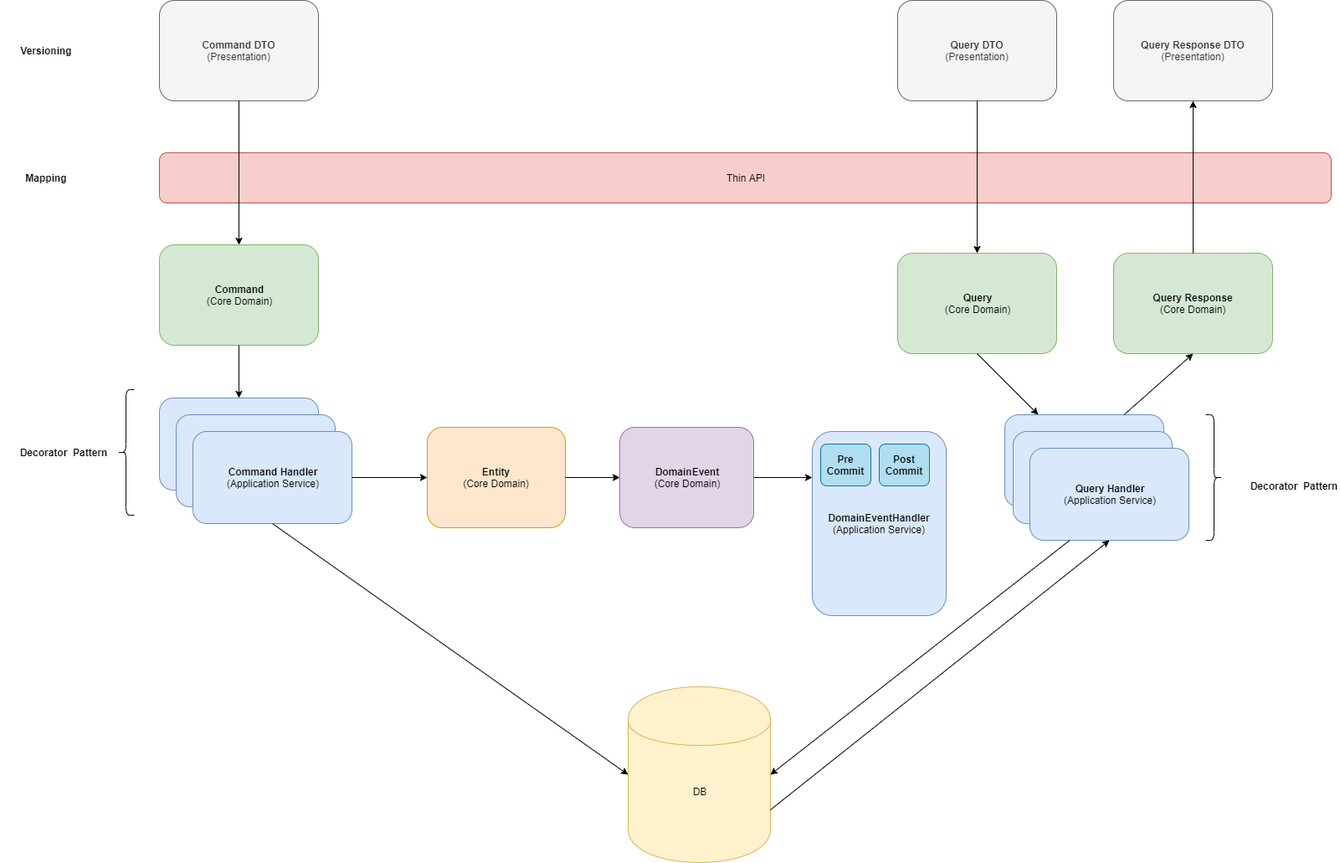
Above: diagram.png in davidikin45/Cqrs (draw.io), before the change. Source tidied: cells renumbered, new cells last; positions are measured from the earlier drawing's top-left corner, leaving out a move shared by most shapes. Its diagram source:
```xml
<mxGraphModel>
  <root>
    <mxCell id="0" />
    <mxCell id="1" parent="0" />
    <mxCell id="2" value="&lt;b&gt;Command&lt;/b&gt;&lt;br&gt;(Core Domain)" style="rounded=1;whiteSpace=wrap;html=1;fillColor=#d5e8d4;strokeColor=#82b366;" parent="1" vertex="1">
      <mxGeometry x="190" y="292" width="190" height="120" as="geometry" />
    </mxCell>
    <mxCell id="3" value="DB" style="shape=cylinder;whiteSpace=wrap;html=1;boundedLbl=1;backgroundOutline=1;rounded=1;fillColor=#fff2cc;strokeColor=#d6b656;shadow=0;" parent="1" vertex="1">
      <mxGeometry x="750" y="820" width="170" height="210" as="geometry" />
    </mxCell>
    <mxCell id="4" value="CommandHandler" style="rounded=1;whiteSpace=wrap;html=1;fillColor=#dae8fc;strokeColor=#6c8ebf;" parent="1" vertex="1">
      <mxGeometry x="190" y="475" width="190" height="110" as="geometry" />
    </mxCell>
    <mxCell id="5" value="&lt;b&gt;Query&lt;/b&gt;&lt;br&gt;(Core Domain)" style="rounded=1;whiteSpace=wrap;html=1;fillColor=#d5e8d4;strokeColor=#82b366;" parent="1" vertex="1">
      <mxGeometry x="1072" y="302" width="190" height="120" as="geometry" />
    </mxCell>
    <mxCell id="6" value="QueryHandler" style="rounded=1;whiteSpace=wrap;html=1;fillColor=#dae8fc;strokeColor=#6c8ebf;" parent="1" vertex="1">
      <mxGeometry x="1200" y="495" width="190" height="110" as="geometry" />
    </mxCell>
    <mxCell id="7" value="Thin API" style="rounded=1;whiteSpace=wrap;html=1;fillColor=#f8cecc;strokeColor=#b85450;" parent="1" vertex="1">
      <mxGeometry x="190" y="182" width="1400" height="60" as="geometry" />
    </mxCell>
    <mxCell id="8" value="CommandHandler" style="rounded=1;whiteSpace=wrap;html=1;fillColor=#dae8fc;strokeColor=#6c8ebf;" parent="1" vertex="1">
      <mxGeometry x="210" y="495" width="190" height="110" as="geometry" />
    </mxCell>
    <mxCell id="9" value="&lt;b&gt;Command Handler&lt;/b&gt;&lt;br&gt;(Application Service)" style="rounded=1;whiteSpace=wrap;html=1;fillColor=#dae8fc;strokeColor=#6c8ebf;" parent="1" vertex="1">
      <mxGeometry x="230" y="515" width="190" height="110" as="geometry" />
    </mxCell>
    <mxCell id="10" value="QueryHandler" style="rounded=1;whiteSpace=wrap;html=1;fillColor=#dae8fc;strokeColor=#6c8ebf;" parent="1" vertex="1">
      <mxGeometry x="1210" y="515" width="190" height="110" as="geometry" />
    </mxCell>
    <mxCell id="11" value="&lt;b&gt;Query Handler&lt;/b&gt;&lt;br&gt;(Application Service)" style="rounded=1;whiteSpace=wrap;html=1;fillColor=#dae8fc;strokeColor=#6c8ebf;" parent="1" vertex="1">
      <mxGeometry x="1230" y="535" width="190" height="110" as="geometry" />
    </mxCell>
    <mxCell id="12" value="&lt;b&gt;DomainEvent&lt;/b&gt;&lt;br&gt;(Core Domain)" style="rounded=1;whiteSpace=wrap;html=1;fillColor=#e1d5e7;strokeColor=#9673a6;" parent="1" vertex="1">
      <mxGeometry x="740" y="510" width="160" height="120" as="geometry" />
    </mxCell>
    <mxCell id="13" value="&lt;b&gt;DomainEventHandler&lt;/b&gt;&lt;br&gt;(Application Service)" style="rounded=1;whiteSpace=wrap;html=1;fillColor=#dae8fc;strokeColor=#6c8ebf;labelPosition=center;verticalLabelPosition=middle;align=center;verticalAlign=middle;" parent="1" vertex="1">
      <mxGeometry x="970" y="515" width="160" height="220" as="geometry" />
    </mxCell>
    <mxCell id="14" style="endArrow=classic;html=1;exitX=0.5;exitY=1;exitDx=0;exitDy=0;entryX=0.5;entryY=0;entryDx=0;entryDy=0;" parent="1" edge="1" source="2" target="4">
      <mxGeometry relative="1" as="geometry" />
    </mxCell>
    <mxCell id="15" style="endArrow=classic;html=1;exitX=0.5;exitY=1;exitDx=0;exitDy=0;" parent="1" edge="1" source="5" target="6">
      <mxGeometry relative="1" as="geometry" />
    </mxCell>
    <mxCell id="16" style="endArrow=classic;html=1;exitX=0.5;exitY=1;exitDx=0;exitDy=0;entryX=0;entryY=0.5;entryDx=0;entryDy=0;" parent="1" edge="1" source="9" target="3">
      <mxGeometry relative="1" as="geometry" />
    </mxCell>
    <mxCell id="17" style="endArrow=classic;html=1;exitX=0.25;exitY=1;exitDx=0;exitDy=0;entryX=1;entryY=0.5;entryDx=0;entryDy=0;" parent="1" edge="1" source="11" target="3">
      <mxGeometry relative="1" as="geometry" />
    </mxCell>
    <mxCell id="18" style="endArrow=classic;html=1;exitX=1;exitY=0.7;exitDx=0;exitDy=0;entryX=0.5;entryY=1;entryDx=0;entryDy=0;" parent="1" edge="1" source="3" target="11">
      <mxGeometry relative="1" as="geometry" />
    </mxCell>
    <mxCell id="19" value="&lt;b&gt;Entity&lt;/b&gt;&lt;br&gt;(Core Domain)" style="rounded=1;whiteSpace=wrap;html=1;fillColor=#ffe6cc;strokeColor=#d79b00;" parent="1" vertex="1">
      <mxGeometry x="510" y="510" width="165" height="120" as="geometry" />
    </mxCell>
    <mxCell id="20" value="&lt;b&gt;Command DTO&lt;/b&gt;&lt;br&gt;(Presentation)" style="rounded=1;whiteSpace=wrap;html=1;fillColor=#f5f5f5;strokeColor=#666666;fontColor=#333333;" parent="1" vertex="1">
      <mxGeometry x="190" width="190" height="120" as="geometry" />
    </mxCell>
    <mxCell id="21" value="&lt;b&gt;Query DTO&lt;/b&gt;&lt;br&gt;(Presentation)" style="rounded=1;whiteSpace=wrap;html=1;fillColor=#f5f5f5;strokeColor=#666666;fontColor=#333333;" parent="1" vertex="1">
      <mxGeometry x="1072" width="190" height="120" as="geometry" />
    </mxCell>
    <mxCell id="22" value="&lt;b&gt;Query Response&lt;/b&gt;&lt;br&gt;(Core Domain)" style="rounded=1;whiteSpace=wrap;html=1;fillColor=#d5e8d4;strokeColor=#82b366;" parent="1" vertex="1">
      <mxGeometry x="1330" y="302" width="190" height="120" as="geometry" />
    </mxCell>
    <mxCell id="23" value="&lt;b&gt;Query Response DTO&lt;/b&gt;&lt;br&gt;(Presentation)" style="rounded=1;whiteSpace=wrap;html=1;fillColor=#f5f5f5;strokeColor=#666666;fontColor=#333333;" parent="1" vertex="1">
      <mxGeometry x="1330" width="190" height="120" as="geometry" />
    </mxCell>
    <mxCell id="24" style="endArrow=classic;html=1;exitX=0.75;exitY=0;exitDx=0;exitDy=0;entryX=0.5;entryY=1;entryDx=0;entryDy=0;" parent="1" edge="1" source="6" target="22">
      <mxGeometry relative="1" as="geometry" />
    </mxCell>
    <mxCell id="25" style="endArrow=classic;html=1;exitX=0.5;exitY=0;exitDx=0;exitDy=0;entryX=0.5;entryY=1;entryDx=0;entryDy=0;" parent="1" edge="1" source="22" target="23">
      <mxGeometry relative="1" as="geometry" />
    </mxCell>
    <mxCell id="26" style="endArrow=classic;html=1;exitX=0.5;exitY=1;exitDx=0;exitDy=0;" parent="1" edge="1" source="20" target="2">
      <mxGeometry relative="1" as="geometry" />
    </mxCell>
    <mxCell id="27" style="endArrow=classic;html=1;exitX=1;exitY=0.5;exitDx=0;exitDy=0;" parent="1" edge="1" source="9" target="19">
      <mxGeometry relative="1" as="geometry" />
    </mxCell>
    <mxCell id="28" style="endArrow=classic;html=1;exitX=1;exitY=0.5;exitDx=0;exitDy=0;entryX=0;entryY=0.5;entryDx=0;entryDy=0;" parent="1" edge="1" source="19" target="12">
      <mxGeometry relative="1" as="geometry" />
    </mxCell>
    <mxCell id="29" style="endArrow=classic;html=1;exitX=1;exitY=0.5;exitDx=0;exitDy=0;entryX=0;entryY=0.25;entryDx=0;entryDy=0;" parent="1" edge="1" source="12" target="13">
      <mxGeometry relative="1" as="geometry" />
    </mxCell>
    <mxCell id="30" style="endArrow=classic;html=1;entryX=0.5;entryY=0;entryDx=0;entryDy=0;exitX=0.5;exitY=1;exitDx=0;exitDy=0;" parent="1" edge="1" source="21" target="5">
      <mxGeometry relative="1" as="geometry" />
    </mxCell>
    <mxCell id="31" value="Decorator&amp;nbsp; Pattern" style="text;html=1;strokeColor=none;fillColor=none;align=center;verticalAlign=middle;whiteSpace=wrap;rounded=0;shadow=0;fontStyle=1;" parent="1" vertex="1">
      <mxGeometry x="20" y="530" width="110" height="20" as="geometry" />
    </mxCell>
    <mxCell id="32" style="shape=curlyBracket;whiteSpace=wrap;html=1;rounded=1;shadow=0;direction=west;" parent="1" vertex="1">
      <mxGeometry x="1440" y="495" width="20" height="150" as="geometry" />
    </mxCell>
    <mxCell id="33" style="shape=curlyBracket;whiteSpace=wrap;html=1;rounded=1;shadow=0;direction=east;" parent="1" vertex="1">
      <mxGeometry x="140" y="465" width="20" height="150" as="geometry" />
    </mxCell>
    <mxCell id="34" value="Decorator&amp;nbsp; Pattern" style="text;html=1;strokeColor=none;fillColor=none;align=center;verticalAlign=middle;whiteSpace=wrap;rounded=0;shadow=0;fontStyle=1;" parent="1" vertex="1">
      <mxGeometry x="1490" y="570" width="110" height="20" as="geometry" />
    </mxCell>
    <mxCell id="35" value="Versioning" style="text;html=1;strokeColor=none;fillColor=none;align=center;verticalAlign=middle;whiteSpace=wrap;rounded=0;shadow=0;fontStyle=1;" parent="1" vertex="1">
      <mxGeometry y="50" width="110" height="20" as="geometry" />
    </mxCell>
    <mxCell id="36" value="Mapping" style="text;html=1;strokeColor=none;fillColor=none;align=center;verticalAlign=middle;whiteSpace=wrap;rounded=0;shadow=0;fontStyle=1;" parent="1" vertex="1">
      <mxGeometry y="202" width="110" height="20" as="geometry" />
    </mxCell>
    <mxCell id="37" value="&lt;b&gt;Pre Commit&lt;/b&gt;" style="rounded=1;whiteSpace=wrap;html=1;fillColor=#b1ddf0;strokeColor=#10739e;" parent="1" vertex="1">
      <mxGeometry x="980" y="530" width="60" height="50" as="geometry" />
    </mxCell>
    <mxCell id="38" value="&lt;b&gt;Post Commit&lt;/b&gt;" style="rounded=1;whiteSpace=wrap;html=1;fillColor=#b1ddf0;strokeColor=#10739e;" parent="1" vertex="1">
      <mxGeometry x="1050" y="530" width="60" height="50" as="geometry" />
    </mxCell>
  </root>
</mxGraphModel>
```
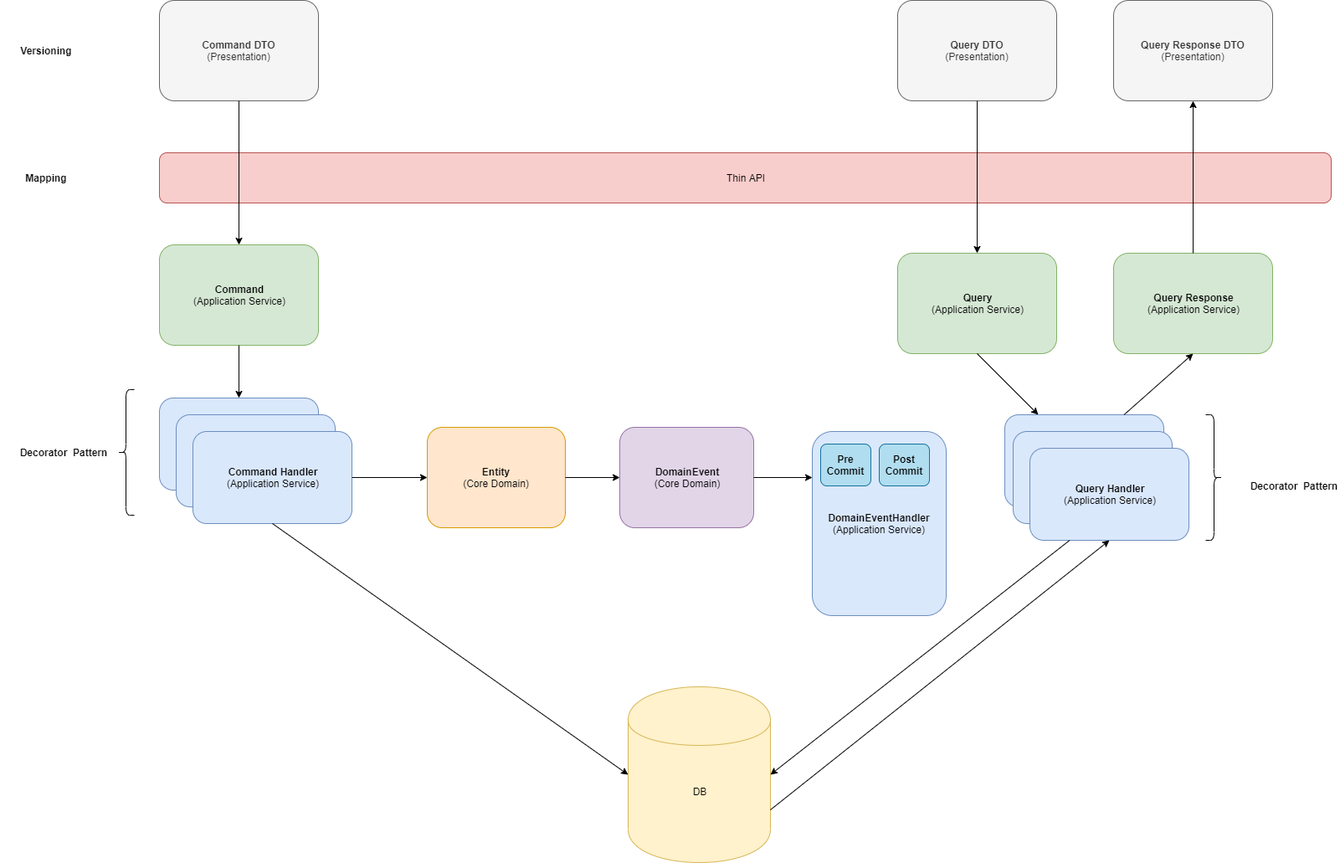
After the commit.

The edit, as a diff of the source:
```diff
@@ -2,7 +2,7 @@
   <root>
     <mxCell id="0" />
     <mxCell id="1" parent="0" />
-    <mxCell id="2" value="&lt;b&gt;Command&lt;/b&gt;&lt;br&gt;(Core Domain)" style="rounded=1;whiteSpace=wrap;html=1;fillColor=#d5e8d4;strokeColor=#82b366;" parent="1" vertex="1">
+    <mxCell id="2" value="&lt;b&gt;Command&lt;/b&gt;&lt;br&gt;(Application Service)" style="rounded=1;whiteSpace=wrap;html=1;fillColor=#d5e8d4;strokeColor=#82b366;" parent="1" vertex="1">
       <mxGeometry x="190" y="292" width="190" height="120" as="geometry" />
     </mxCell>
     <mxCell id="3" value="DB" style="shape=cylinder;whiteSpace=wrap;html=1;boundedLbl=1;backgroundOutline=1;rounded=1;fillColor=#fff2cc;strokeColor=#d6b656;shadow=0;" parent="1" vertex="1">
@@ -11,7 +11,7 @@
     <mxCell id="4" value="CommandHandler" style="rounded=1;whiteSpace=wrap;html=1;fillColor=#dae8fc;strokeColor=#6c8ebf;" parent="1" vertex="1">
       <mxGeometry x="190" y="475" width="190" height="110" as="geometry" />
     </mxCell>
-    <mxCell id="5" value="&lt;b&gt;Query&lt;/b&gt;&lt;br&gt;(Core Domain)" style="rounded=1;whiteSpace=wrap;html=1;fillColor=#d5e8d4;strokeColor=#82b366;" parent="1" vertex="1">
+    <mxCell id="5" value="&lt;b&gt;Query&lt;/b&gt;&lt;br&gt;(Application Service)" style="rounded=1;whiteSpace=wrap;html=1;fillColor=#d5e8d4;strokeColor=#82b366;" parent="1" vertex="1">
       <mxGeometry x="1072" y="302" width="190" height="120" as="geometry" />
     </mxCell>
     <mxCell id="6" value="QueryHandler" style="rounded=1;whiteSpace=wrap;html=1;fillColor=#dae8fc;strokeColor=#6c8ebf;" parent="1" vertex="1">
@@ -62,7 +62,7 @@
     <mxCell id="21" value="&lt;b&gt;Query DTO&lt;/b&gt;&lt;br&gt;(Presentation)" style="rounded=1;whiteSpace=wrap;html=1;fillColor=#f5f5f5;strokeColor=#666666;fontColor=#333333;" parent="1" vertex="1">
       <mxGeometry x="1072" width="190" height="120" as="geometry" />
     </mxCell>
-    <mxCell id="22" value="&lt;b&gt;Query Response&lt;/b&gt;&lt;br&gt;(Core Domain)" style="rounded=1;whiteSpace=wrap;html=1;fillColor=#d5e8d4;strokeColor=#82b366;" parent="1" vertex="1">
+    <mxCell id="22" value="&lt;b&gt;Query Response&lt;/b&gt;&lt;br&gt;(Application Service)" style="rounded=1;whiteSpace=wrap;html=1;fillColor=#d5e8d4;strokeColor=#82b366;" parent="1" vertex="1">
       <mxGeometry x="1330" y="302" width="190" height="120" as="geometry" />
     </mxCell>
     <mxCell id="23" value="&lt;b&gt;Query Response DTO&lt;/b&gt;&lt;br&gt;(Presentation)" style="rounded=1;whiteSpace=wrap;html=1;fillColor=#f5f5f5;strokeColor=#666666;fontColor=#333333;" parent="1" vertex="1">
```
